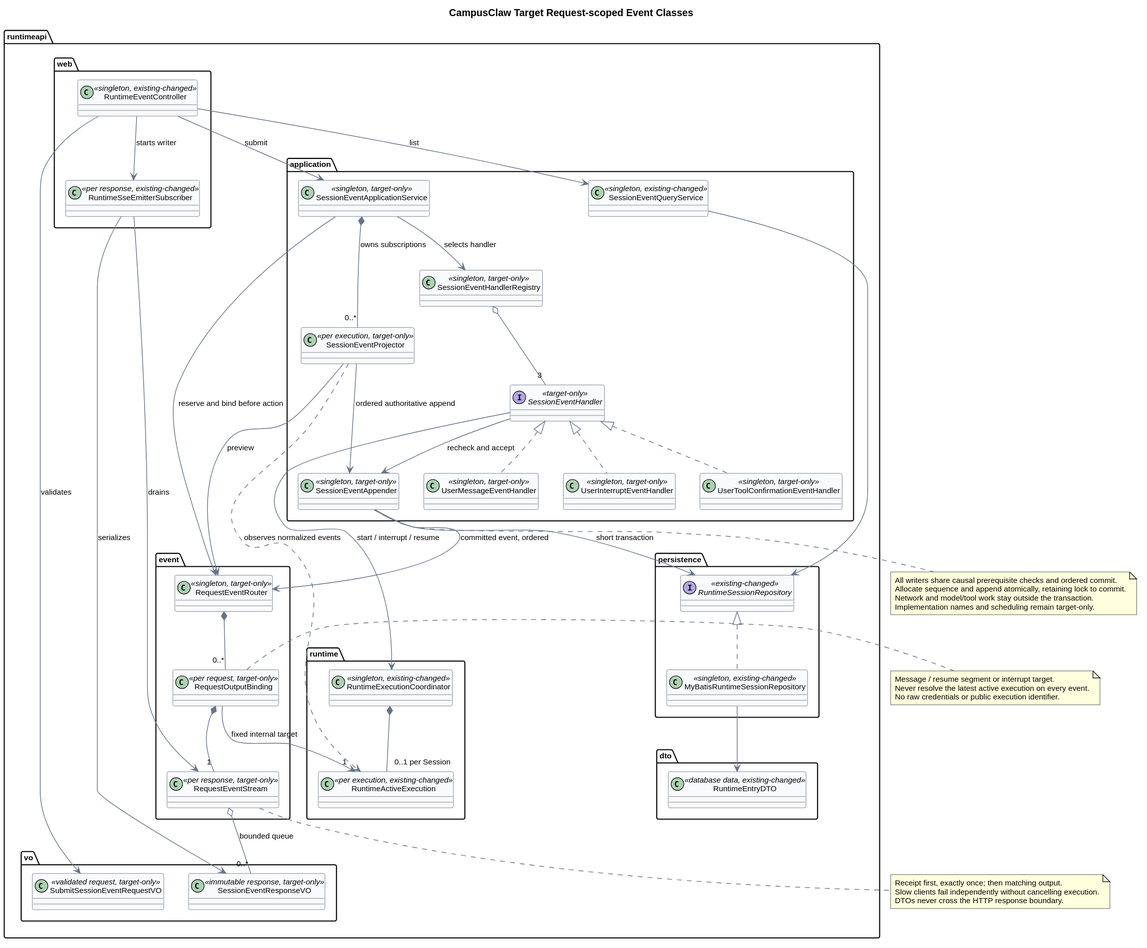
Above: 01-总体架构/01-CampusClaw多Agent运行时/设计图/事件接口重设计/target_session_events_classes.svg in ssm0808/pi-mono-java-design (PlantUML), before the change.
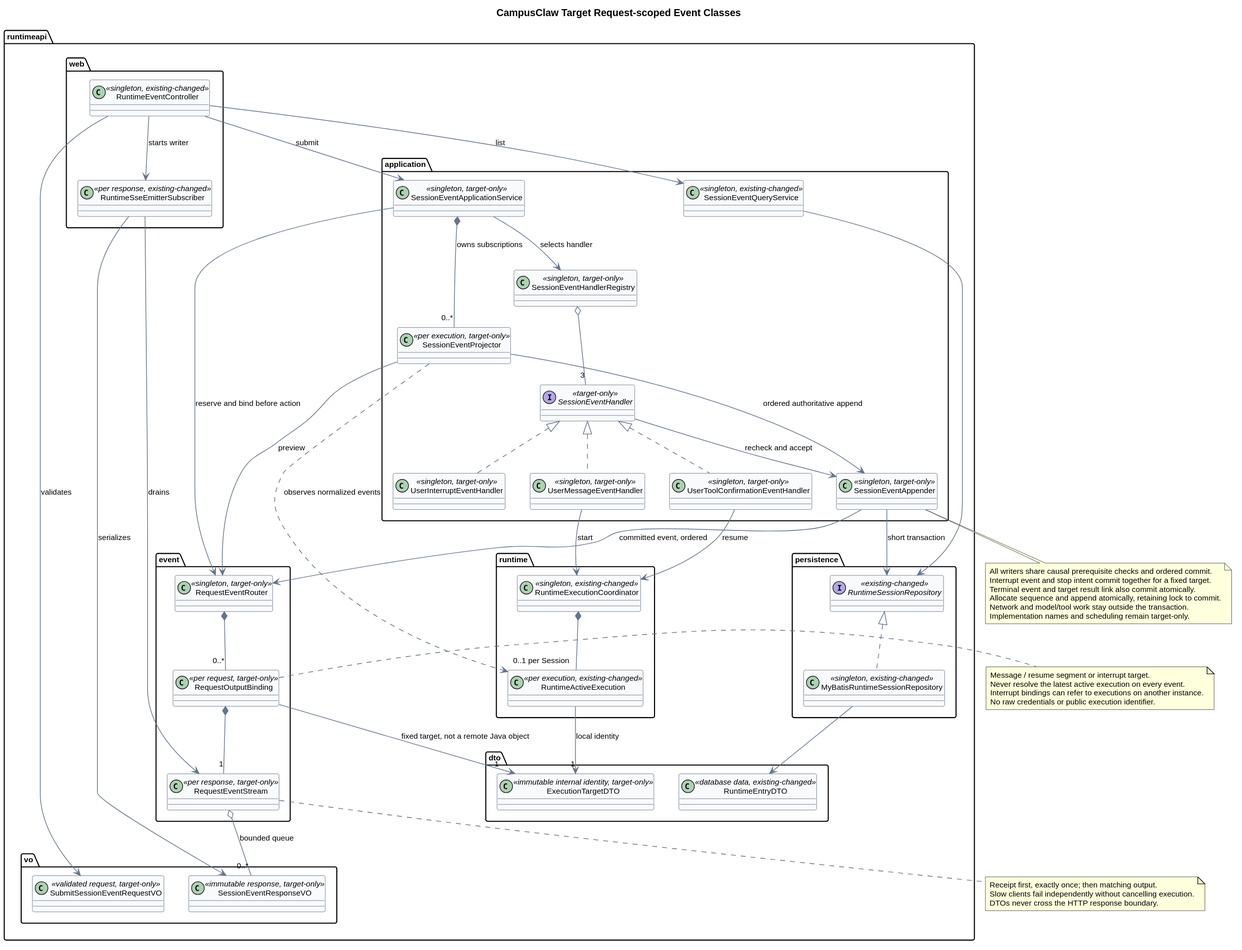
Later version of the same file.

Change to the diagram source:
```diff
@@ -45,6 +45,7 @@
 }
 package "runtimeapi.dto" {
   class RuntimeEntryDTO <<database data, existing-changed>>
+  class ExecutionTargetDTO <<immutable internal identity, target-only>>
 }
 
 RuntimeEventController --> SubmitSessionEventRequestVO : validates
@@ -59,7 +60,8 @@
 SessionEventHandler <|.. UserInterruptEventHandler
 SessionEventHandler <|.. UserToolConfirmationEventHandler
 SessionEventHandler --> SessionEventAppender : recheck and accept
-SessionEventHandler --> RuntimeExecutionCoordinator : start / interrupt / resume
+UserMessageEventHandler --> RuntimeExecutionCoordinator : start
+UserToolConfirmationEventHandler --> RuntimeExecutionCoordinator : resume
 SessionEventApplicationService --> RequestEventRouter : reserve and bind before action
 RuntimeExecutionCoordinator *-- "0..1 per Session" RuntimeActiveExecution
 SessionEventApplicationService *-- "0..*" SessionEventProjector : owns subscriptions
@@ -69,7 +71,8 @@
 SessionEventAppender --> RequestEventRouter : committed event, ordered
 SessionEventProjector --> RequestEventRouter : preview
 RequestEventRouter *-- "0..*" RequestOutputBinding
-RequestOutputBinding --> "1" RuntimeActiveExecution : fixed internal target
+RequestOutputBinding --> "1" ExecutionTargetDTO : fixed target, not a remote Java object
+RuntimeActiveExecution --> "1" ExecutionTargetDTO : local identity
 RequestOutputBinding *-- "1" RequestEventStream
 RequestEventStream o-- "0..*" SessionEventResponseVO : bounded queue
 SessionEventQueryService --> RuntimeSessionRepository
@@ -79,10 +82,13 @@
 note right of RequestOutputBinding
 Message / resume segment or interrupt target.
 Never resolve the latest active execution on every event.
+Interrupt bindings can refer to executions on another instance.
 No raw credentials or public execution identifier.
 end note
 note bottom of SessionEventAppender
 All writers share causal prerequisite checks and ordered commit.
+Interrupt event and stop intent commit together for a fixed target.
+Terminal event and target result link also commit atomically.
 Allocate sequence and append atomically, retaining lock to commit.
 Network and model/tool work stay outside the transaction.
 Implementation names and scheduling remain target-only.
```
